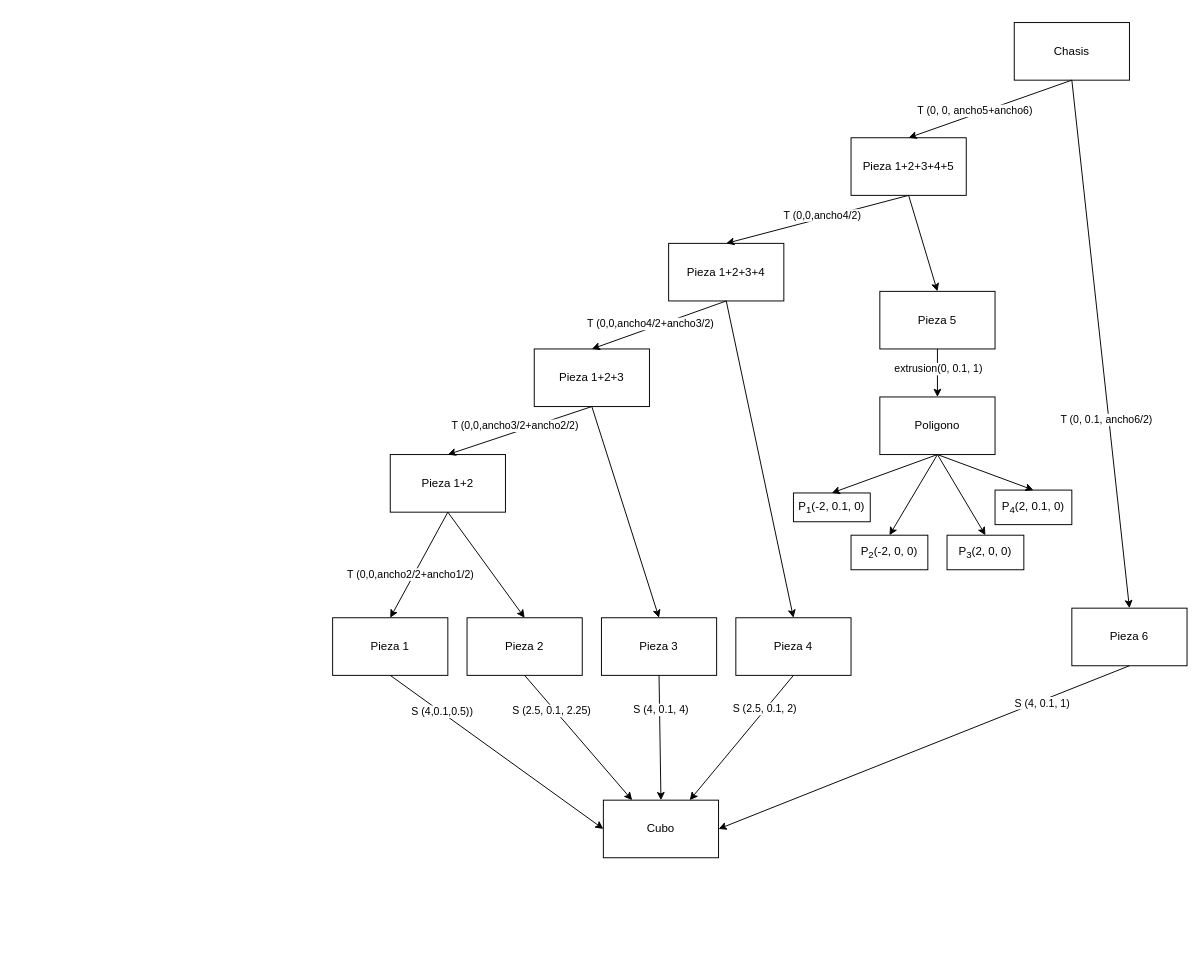
Before: page "Chasis" (1 of 20) of grafo_escena.drawio in jorgelerre/descapotable, a draw.io diagram. Source tidied: cells renumbered, new cells numbered last; positions are measured from the earlier drawing's top-left corner, leaving out a move shared by most shapes. Both pictures are drawn from the tidied source at 96%, with x=0, y=0 at pixel (332, 22).
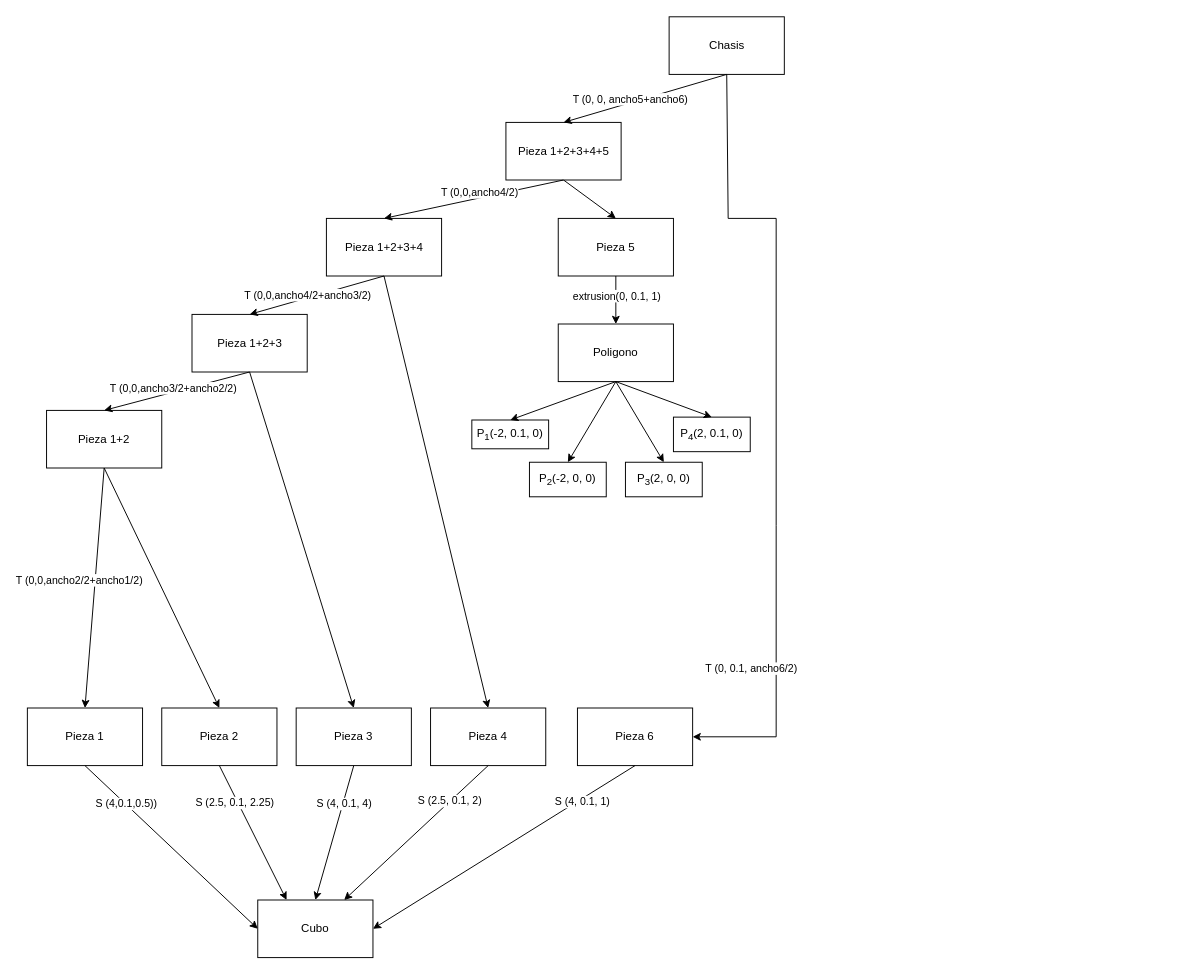
The same page after the edit.

What changed in the source:
```diff
@@
     <mxCell id="2" value="Chasis" style="rounded=0;whiteSpace=wrap;html=1;" parent="1" vertex="1">
-      <mxGeometry x="710" width="120" height="60" as="geometry" />
+      <mxGeometry x="350.5" y="-6" width="120" height="60" as="geometry" />
     </mxCell>
     <mxCell id="3" value="Cubo" style="rounded=0;whiteSpace=wrap;html=1;" parent="1" vertex="1">
-      <mxGeometry x="282" y="810" width="120" height="60" as="geometry" />
+      <mxGeometry x="-78" y="914" width="120" height="60" as="geometry" />
     </mxCell>
     <mxCell id="4" value="Poligono" style="rounded=0;whiteSpace=wrap;html=1;" parent="1" vertex="1">
-      <mxGeometry x="570" y="390" width="120" height="60" as="geometry" />
+      <mxGeometry x="235" y="314" width="120" height="60" as="geometry" />
     </mxCell>
     <mxCell id="5" value="Pieza 1" style="rounded=0;whiteSpace=wrap;html=1;" parent="1" vertex="1">
-      <mxGeometry y="620" width="120" height="60" as="geometry" />
+      <mxGeometry x="-318" y="714" width="120" height="60" as="geometry" />
     </mxCell>
     <mxCell id="6" value="Pieza 2" style="rounded=0;whiteSpace=wrap;html=1;" parent="1" vertex="1">
-      <mxGeometry x="140" y="620" width="120" height="60" as="geometry" />
+      <mxGeometry x="-178" y="714" width="120" height="60" as="geometry" />
     </mxCell>
     <mxCell id="7" value="Pieza 3" style="rounded=0;whiteSpace=wrap;html=1;" parent="1" vertex="1">
-      <mxGeometry x="280" y="620" width="120" height="60" as="geometry" />
+      <mxGeometry x="-38" y="714" width="120" height="60" as="geometry" />
     </mxCell>
     <mxCell id="8" value="Pieza 4" style="rounded=0;whiteSpace=wrap;html=1;" parent="1" vertex="1">
-      <mxGeometry x="420" y="620" width="120" height="60" as="geometry" />
+      <mxGeometry x="102" y="714" width="120" height="60" as="geometry" />
     </mxCell>
     <mxCell id="9" value="Pieza 6" style="rounded=0;whiteSpace=wrap;html=1;" parent="1" vertex="1">
-      <mxGeometry x="770" y="610" width="120" height="60" as="geometry" />
+      <mxGeometry x="255" y="714" width="120" height="60" as="geometry" />
     </mxCell>
     <mxCell id="10" value="Pieza 5" style="rounded=0;whiteSpace=wrap;html=1;" parent="1" vertex="1">
-      <mxGeometry x="570" y="280" width="120" height="60" as="geometry" />
+      <mxGeometry x="235" y="204" width="120" height="60" as="geometry" />
     </mxCell>
@@
     <mxCell id="21" value="Pieza 1+2" style="rounded=0;whiteSpace=wrap;html=1;" parent="1" vertex="1">
-      <mxGeometry x="60" y="450" width="120" height="60" as="geometry" />
+      <mxGeometry x="-298" y="404" width="120" height="60" as="geometry" />
     </mxCell>
@@
     <mxCell id="25" value="Pieza 1+2+3" style="rounded=0;whiteSpace=wrap;html=1;" parent="1" vertex="1">
-      <mxGeometry x="210" y="340" width="120" height="60" as="geometry" />
+      <mxGeometry x="-146.5" y="304" width="120" height="60" as="geometry" />
     </mxCell>
     <mxCell id="26" value="Pieza 1+2+3+4" style="rounded=0;whiteSpace=wrap;html=1;" parent="1" vertex="1">
-      <mxGeometry x="350" y="230" width="120" height="60" as="geometry" />
+      <mxGeometry x="-6.5" y="204" width="120" height="60" as="geometry" />
     </mxCell>
@@
     <mxCell id="34" value="Pieza 1+2+3+4+5" style="rounded=0;whiteSpace=wrap;html=1;" parent="1" vertex="1">
-      <mxGeometry x="540" y="120" width="120" height="60" as="geometry" />
+      <mxGeometry x="180.5" y="104" width="120" height="60" as="geometry" />
     </mxCell>
@@
     <mxCell id="39" value="P&lt;sub&gt;1&lt;/sub&gt;(-2, 0.1, 0)" style="rounded=0;whiteSpace=wrap;html=1;" parent="1" vertex="1">
-      <mxGeometry x="480" y="490" width="80" height="30" as="geometry" />
+      <mxGeometry x="145" y="414" width="80" height="30" as="geometry" />
     </mxCell>
     <mxCell id="40" value="P&lt;sub&gt;2&lt;/sub&gt;(-2, 0, 0)" style="rounded=0;whiteSpace=wrap;html=1;" parent="1" vertex="1">
-      <mxGeometry x="540" y="534" width="80" height="36" as="geometry" />
+      <mxGeometry x="205" y="458" width="80" height="36" as="geometry" />
     </mxCell>
     <mxCell id="41" value="P&lt;sub&gt;3&lt;/sub&gt;(2, 0, 0)" style="rounded=0;whiteSpace=wrap;html=1;" parent="1" vertex="1">
-      <mxGeometry x="640" y="534" width="80" height="36" as="geometry" />
+      <mxGeometry x="305" y="458" width="80" height="36" as="geometry" />
     </mxCell>
     <mxCell id="42" value="P&lt;sub&gt;4&lt;/sub&gt;(2, 0.1, 0)" style="rounded=0;whiteSpace=wrap;html=1;" parent="1" vertex="1">
-      <mxGeometry x="690" y="487" width="80" height="36" as="geometry" />
+      <mxGeometry x="355" y="411" width="80" height="36" as="geometry" />
     </mxCell>
@@
-    <mxCell id="47" style="endArrow=classic;html=1;rounded=0;exitX=0.5;exitY=1;exitDx=0;exitDy=0;entryX=0.5;entryY=0;entryDx=0;entryDy=0;" parent="1" edge="1" source="2" target="9">
-      <mxGeometry relative="1" as="geometry" />
+    <mxCell id="47" style="endArrow=classic;html=1;rounded=0;exitX=0.5;exitY=1;exitDx=0;exitDy=0;entryX=1;entryY=0.5;entryDx=0;entryDy=0;" parent="1" edge="1" source="2" target="9">
+      <mxGeometry relative="1" as="geometry">
+        <Array as="points">
+          <mxPoint x="412" y="204" />
+          <mxPoint x="462" y="204" />
+          <mxPoint x="462" y="524" />
+          <mxPoint x="462" y="744" />
+        </Array>
+      </mxGeometry>
     </mxCell>
     <mxCell id="48" value="T (0, 0.1, ancho6/2)" style="edgeLabel;html=1;align=center;verticalAlign=middle;" parent="47" vertex="1">
       <mxGeometry x="0.28" y="-3" relative="1" as="geometry">
-        <mxPoint y="1" as="offset" />
+        <mxPoint x="-24" y="140" as="offset" />
       </mxGeometry>
     </mxCell>
```
